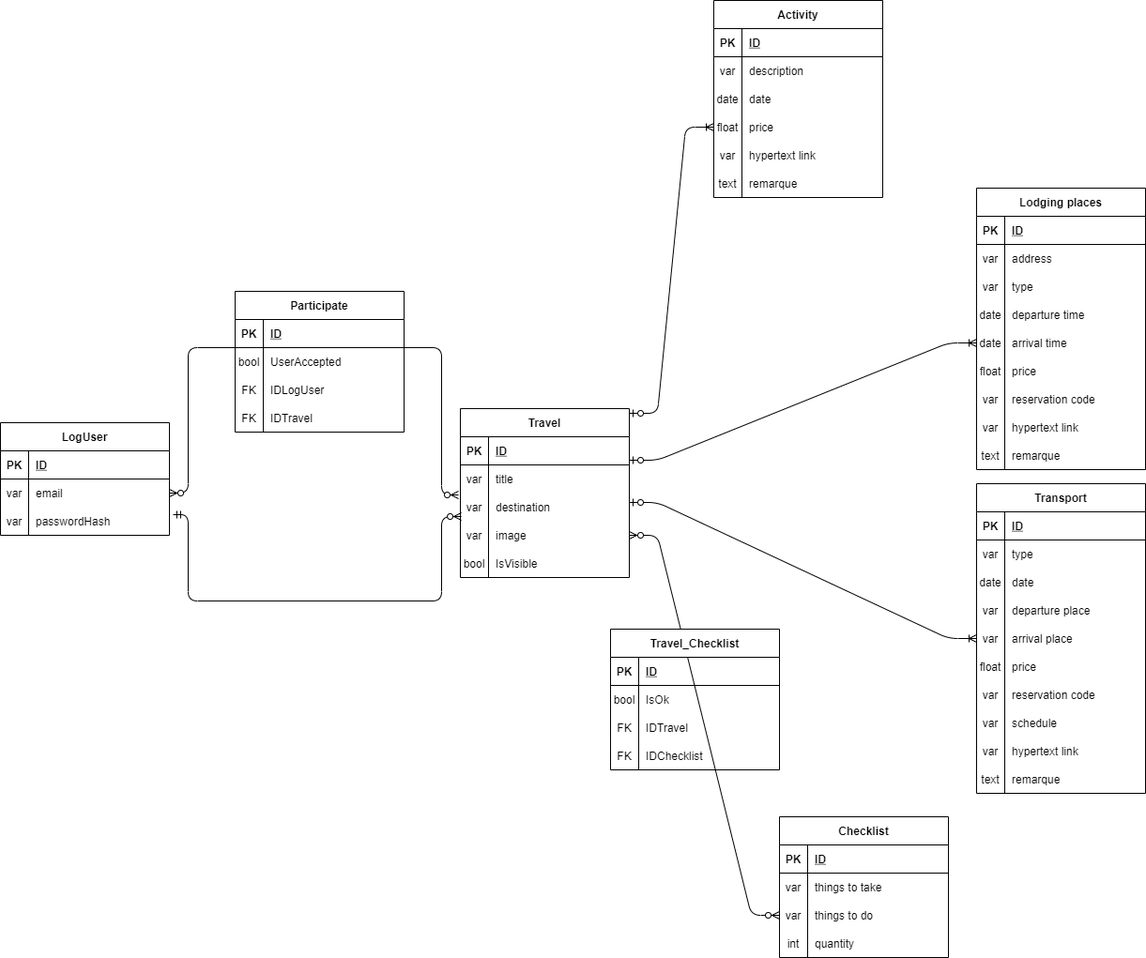
Earlier version of the draw.io export MCD-MLD/MLD.png (keanutrosset/HotelplanEnMieux). Source tidied: cells renumbered, new cells last; positions are measured from the earlier drawing's top-left corner, leaving out a move shared by most shapes.
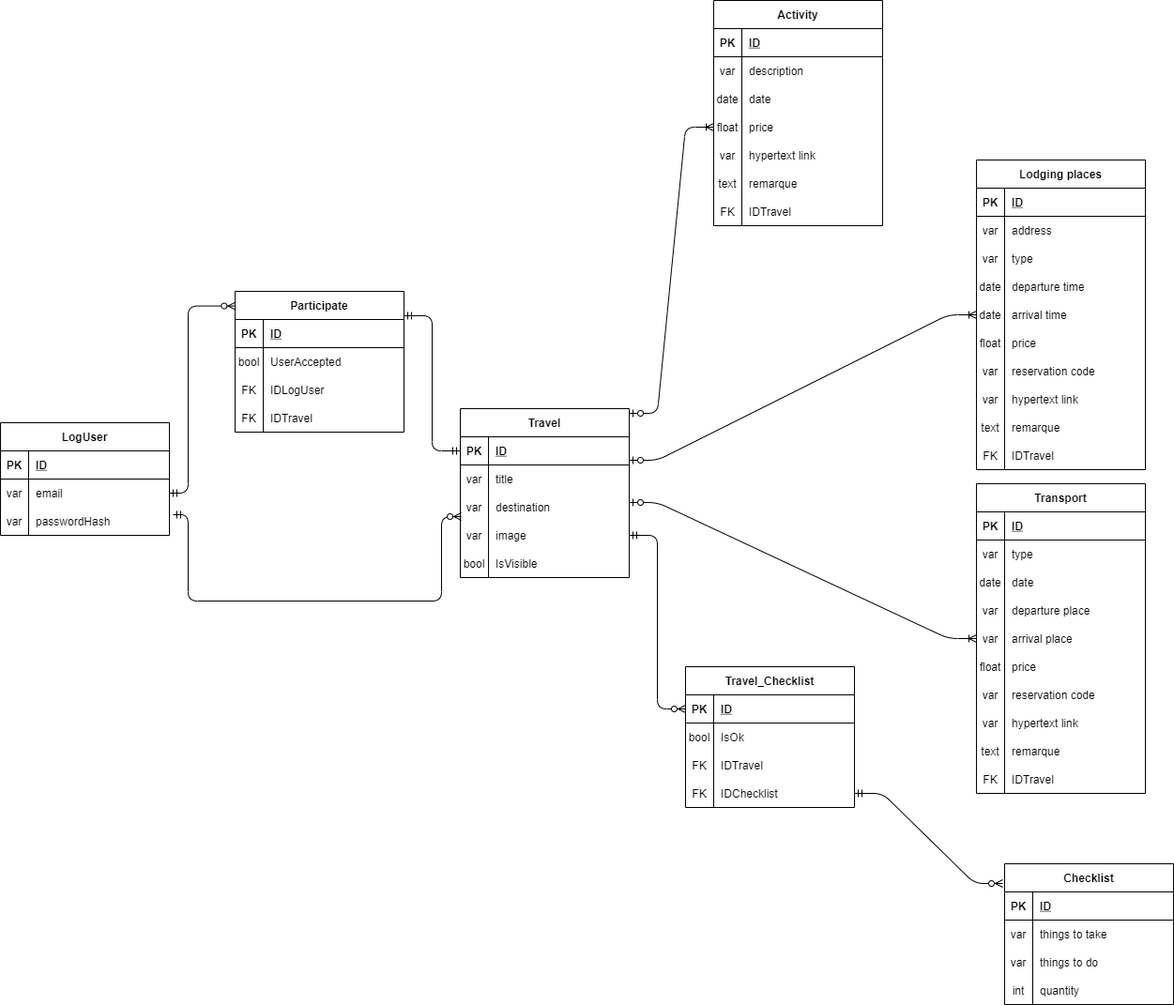
Later version of the same file.

What changed in the source:
```diff
@@ -146,17 +146,8 @@
     <mxCell id="49" value="reservation code" style="shape=partialRectangle;fillColor=none;top=0;left=0;bottom=0;right=0;align=left;spacingLeft=6;overflow=hidden;" parent="47" vertex="1">
       <mxGeometry x="30" width="150" height="30" as="geometry" />
     </mxCell>
-    <mxCell id="50" style="shape=partialRectangle;fillColor=none;top=0;left=0;bottom=0;right=0;" parent="28" vertex="1">
-      <mxGeometry y="240" width="180" height="30" as="geometry" />
-    </mxCell>
-    <mxCell id="51" value="var" style="shape=partialRectangle;fillColor=none;top=0;left=0;bottom=0;right=0;overflow=hidden;" parent="50" vertex="1">
-      <mxGeometry width="30" height="30" as="geometry" />
-    </mxCell>
-    <mxCell id="52" value="schedule" style="shape=partialRectangle;fillColor=none;top=0;left=0;bottom=0;right=0;align=left;spacingLeft=6;overflow=hidden;" parent="50" vertex="1">
-      <mxGeometry x="30" width="150" height="30" as="geometry" />
-    </mxCell>
     <mxCell id="53" style="shape=partialRectangle;fillColor=none;top=0;left=0;bottom=0;right=0;" parent="28" vertex="1">
-      <mxGeometry y="270" width="180" height="30" as="geometry" />
+      <mxGeometry y="240" width="180" height="30" as="geometry" />
     </mxCell>
     <mxCell id="54" value="var" style="shape=partialRectangle;fillColor=none;top=0;left=0;bottom=0;right=0;overflow=hidden;" parent="53" vertex="1">
       <mxGeometry width="30" height="30" as="geometry" />
@@ -165,7 +156,7 @@
       <mxGeometry x="30" width="150" height="30" as="geometry" />
     </mxCell>
     <mxCell id="56" style="shape=partialRectangle;fillColor=none;top=0;left=0;bottom=0;right=0;" parent="28" vertex="1">
-      <mxGeometry y="300" width="180" height="30" as="geometry" />
+      <mxGeometry y="270" width="180" height="30" as="geometry" />
     </mxCell>
     <mxCell id="57" value="text" style="shape=partialRectangle;fillColor=none;top=0;left=0;bottom=0;right=0;overflow=hidden;" parent="56" vertex="1">
       <mxGeometry width="30" height="30" as="geometry" />
@@ -173,8 +164,17 @@
     <mxCell id="58" value="remarque" style="shape=partialRectangle;fillColor=none;top=0;left=0;bottom=0;right=0;align=left;spacingLeft=6;overflow=hidden;" parent="56" vertex="1">
       <mxGeometry x="30" width="150" height="30" as="geometry" />
     </mxCell>
+    <mxCell id="151" style="shape=partialRectangle;fillColor=none;top=0;left=0;bottom=0;right=0;" parent="28" vertex="1">
+      <mxGeometry y="300" width="180" height="30" as="geometry" />
+    </mxCell>
+    <mxCell id="152" value="FK" style="shape=partialRectangle;fillColor=none;top=0;left=0;bottom=0;right=0;overflow=hidden;" parent="151" vertex="1">
+      <mxGeometry width="30" height="30" as="geometry" />
+    </mxCell>
+    <mxCell id="153" value="IDTravel" style="shape=partialRectangle;fillColor=none;top=0;left=0;bottom=0;right=0;align=left;spacingLeft=6;overflow=hidden;" parent="151" vertex="1">
+      <mxGeometry x="30" width="150" height="30" as="geometry" />
+    </mxCell>
     <mxCell id="59" value="Lodging places" style="shape=table;startSize=30;rowLines=0;fontStyle=1;align=center;" parent="1" vertex="1">
-      <mxGeometry x="1040" y="200" width="180" height="300" as="geometry" />
+      <mxGeometry x="1040" y="170" width="180" height="330" as="geometry" />
     </mxCell>
     <mxCell id="60" style="shape=partialRectangle;fillColor=none;top=0;left=0;bottom=1;right=0;" parent="59" vertex="1">
       <mxGeometry y="30" width="180" height="30" as="geometry" />
@@ -257,8 +257,17 @@
     <mxCell id="86" value="remarque" style="shape=partialRectangle;fillColor=none;top=0;left=0;bottom=0;right=0;align=left;spacingLeft=6;overflow=hidden;" parent="84" vertex="1">
       <mxGeometry x="30" width="150" height="30" as="geometry" />
     </mxCell>
+    <mxCell id="154" style="shape=partialRectangle;fillColor=none;top=0;left=0;bottom=0;right=0;" parent="59" vertex="1">
+      <mxGeometry y="300" width="180" height="30" as="geometry" />
+    </mxCell>
+    <mxCell id="155" value="FK" style="shape=partialRectangle;fillColor=none;top=0;left=0;bottom=0;right=0;overflow=hidden;" parent="154" vertex="1">
+      <mxGeometry width="30" height="30" as="geometry" />
+    </mxCell>
+    <mxCell id="156" value="IDTravel" style="shape=partialRectangle;fillColor=none;top=0;left=0;bottom=0;right=0;align=left;spacingLeft=6;overflow=hidden;" parent="154" vertex="1">
+      <mxGeometry x="30" width="150" height="30" as="geometry" />
+    </mxCell>
     <mxCell id="87" value="Activity" style="shape=table;startSize=30;rowLines=0;fontStyle=1;align=center;" parent="1" vertex="1">
-      <mxGeometry x="760" width="180" height="210" as="geometry" />
+      <mxGeometry x="760" width="180" height="240" as="geometry" />
     </mxCell>
     <mxCell id="88" style="shape=partialRectangle;fillColor=none;top=0;left=0;bottom=1;right=0;" parent="87" vertex="1">
       <mxGeometry y="30" width="180" height="30" as="geometry" />
@@ -314,8 +323,17 @@
     <mxCell id="105" value="remarque" style="shape=partialRectangle;fillColor=none;top=0;left=0;bottom=0;right=0;align=left;spacingLeft=6;overflow=hidden;" parent="103" vertex="1">
       <mxGeometry x="30" width="150" height="30" as="geometry" />
     </mxCell>
+    <mxCell id="157" style="shape=partialRectangle;fillColor=none;top=0;left=0;bottom=0;right=0;" parent="87" vertex="1">
+      <mxGeometry y="210" width="180" height="30" as="geometry" />
+    </mxCell>
+    <mxCell id="158" value="FK" style="shape=partialRectangle;fillColor=none;top=0;left=0;bottom=0;right=0;overflow=hidden;" parent="157" vertex="1">
+      <mxGeometry width="30" height="30" as="geometry" />
+    </mxCell>
+    <mxCell id="159" value="IDTravel" style="shape=partialRectangle;fillColor=none;top=0;left=0;bottom=0;right=0;align=left;spacingLeft=6;overflow=hidden;" parent="157" vertex="1">
+      <mxGeometry x="30" width="150" height="30" as="geometry" />
+    </mxCell>
     <mxCell id="106" value="Checklist" style="shape=table;startSize=30;rowLines=0;fontStyle=1;align=center;" parent="1" vertex="1">
-      <mxGeometry x="830" y="870" width="180" height="150" as="geometry" />
+      <mxGeometry x="1070" y="920" width="180" height="150" as="geometry" />
     </mxCell>
     <mxCell id="107" style="shape=partialRectangle;fillColor=none;top=0;left=0;bottom=1;right=0;" parent="106" vertex="1">
       <mxGeometry y="30" width="180" height="30" as="geometry" />
@@ -368,15 +386,13 @@
         <mxPoint x="670" y="535" as="sourcePoint" />
       </mxGeometry>
     </mxCell>
-    <mxCell id="122" style="edgeStyle=entityRelationEdgeStyle;fontSize=12;html=1;endArrow=ERzeroToMany;startArrow=ERzeroToMany;entryX=1;entryY=0.5;entryDx=0;entryDy=0;exitX=0;exitY=0.5;exitDx=0;exitDy=0;startFill=1;" parent="1" edge="1" source="113" target="22">
+    <mxCell id="122" style="edgeStyle=entityRelationEdgeStyle;fontSize=12;html=1;endArrow=ERmandOne;startArrow=ERzeroToMany;entryX=1;entryY=0.5;entryDx=0;entryDy=0;exitX=0;exitY=0.5;exitDx=0;exitDy=0;startFill=1;endFill=0;" parent="1" edge="1" source="126" target="22">
       <mxGeometry relative="1" as="geometry" />
     </mxCell>
-    <mxCell id="123" style="edgeStyle=orthogonalEdgeStyle;fontSize=12;html=1;endArrow=ERzeroToMany;startArrow=ERzeroToMany;exitX=-0.011;exitY=0.067;exitDx=0;exitDy=0;exitPerimeter=0;entryX=1;entryY=0.5;entryDx=0;entryDy=0;endFill=1;" parent="1" edge="1" source="19" target="6">
+    <mxCell id="123" style="edgeStyle=orthogonalEdgeStyle;fontSize=12;html=1;endArrow=ERmandOne;startArrow=ERzeroToMany;exitX=0.002;exitY=0.104;exitDx=0;exitDy=0;exitPerimeter=0;entryX=1;entryY=0.5;entryDx=0;entryDy=0;endFill=0;startFill=1;" parent="1" edge="1" source="138" target="6">
       <mxGeometry relative="1" as="geometry">
         <Array as="points">
-          <mxPoint x="470" y="527" />
-          <mxPoint x="470" y="370" />
-          <mxPoint x="200" y="370" />
+          <mxPoint x="200" y="326" />
           <mxPoint x="200" y="525" />
         </Array>
       </mxGeometry>
@@ -392,7 +408,7 @@
       </mxGeometry>
     </mxCell>
     <mxCell id="125" value="Travel_Checklist" style="shape=table;startSize=30;rowLines=0;fontStyle=1;align=center;" parent="1" vertex="1">
-      <mxGeometry x="650" y="670" width="180" height="150" as="geometry" />
+      <mxGeometry x="730" y="710" width="180" height="150" as="geometry" />
     </mxCell>
     <mxCell id="126" style="shape=partialRectangle;fillColor=none;top=0;left=0;bottom=1;right=0;points=[[0,0.5],[1,0.5]];portConstraint=eastwest;" parent="125" vertex="1">
       <mxGeometry y="30" width="180" height="30" as="geometry" />
@@ -469,5 +485,16 @@
     <mxCell id="150" value="IDTravel" style="shape=partialRectangle;fillColor=none;top=0;left=0;bottom=0;right=0;align=left;spacingLeft=6;overflow=hidden;" parent="148" vertex="1">
       <mxGeometry x="30" width="150" height="30" as="geometry" />
     </mxCell>
+    <mxCell id="160" style="edgeStyle=entityRelationEdgeStyle;fontSize=12;html=1;endArrow=ERmandOne;startArrow=ERzeroToMany;entryX=1;entryY=0.5;entryDx=0;entryDy=0;exitX=-0.011;exitY=0.14;exitDx=0;exitDy=0;startFill=1;exitPerimeter=0;endFill=0;" parent="1" edge="1" source="106" target="135">
+      <mxGeometry relative="1" as="geometry" />
+    </mxCell>
+    <mxCell id="161" style="edgeStyle=orthogonalEdgeStyle;fontSize=12;html=1;endArrow=ERmandOne;startArrow=ERmandOne;exitX=0;exitY=0.5;exitDx=0;exitDy=0;entryX=1;entryY=0.173;entryDx=0;entryDy=0;endFill=0;entryPerimeter=0;startFill=0;" parent="1" edge="1" source="13" target="138">
+      <mxGeometry relative="1" as="geometry">
+        <Array as="points">
+          <mxPoint x="460" y="480" />
+          <mxPoint x="460" y="336" />
+        </Array>
+      </mxGeometry>
+    </mxCell>
   </root>
 </mxGraphModel>
```
